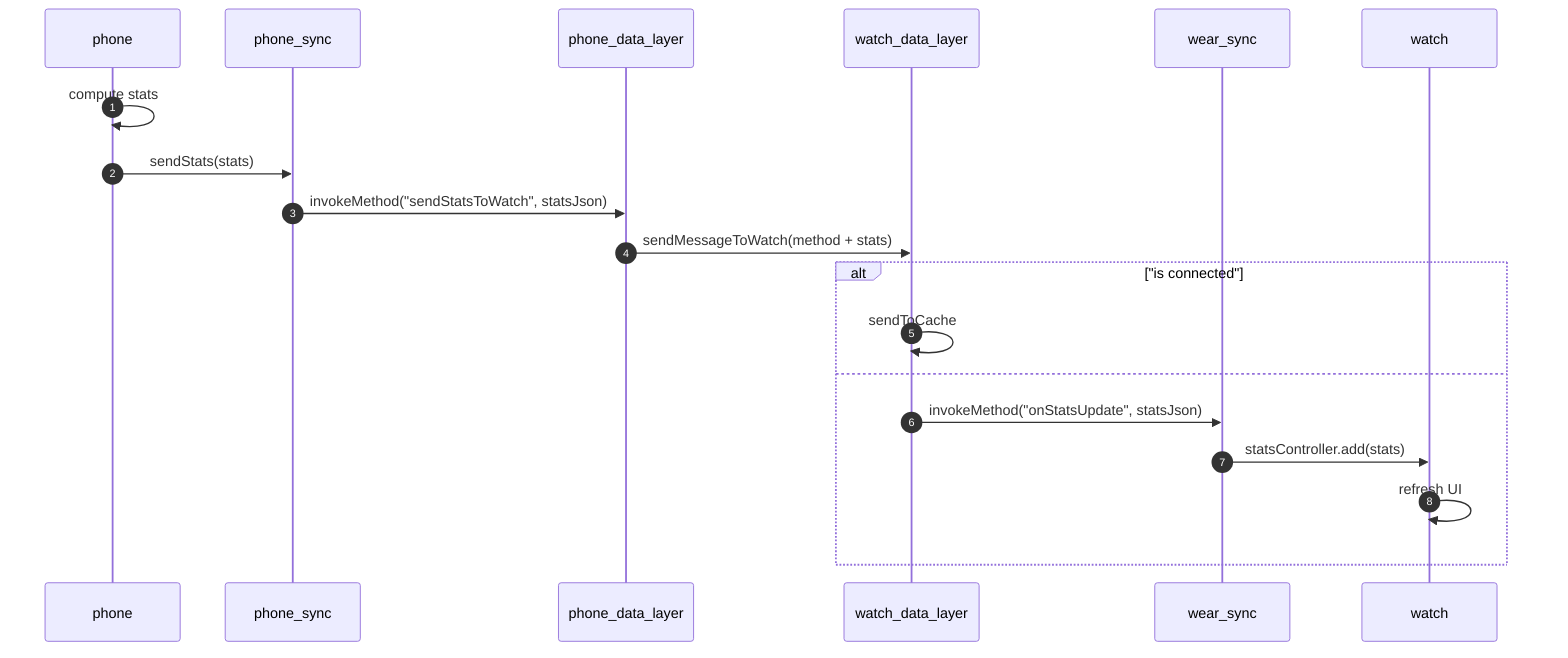
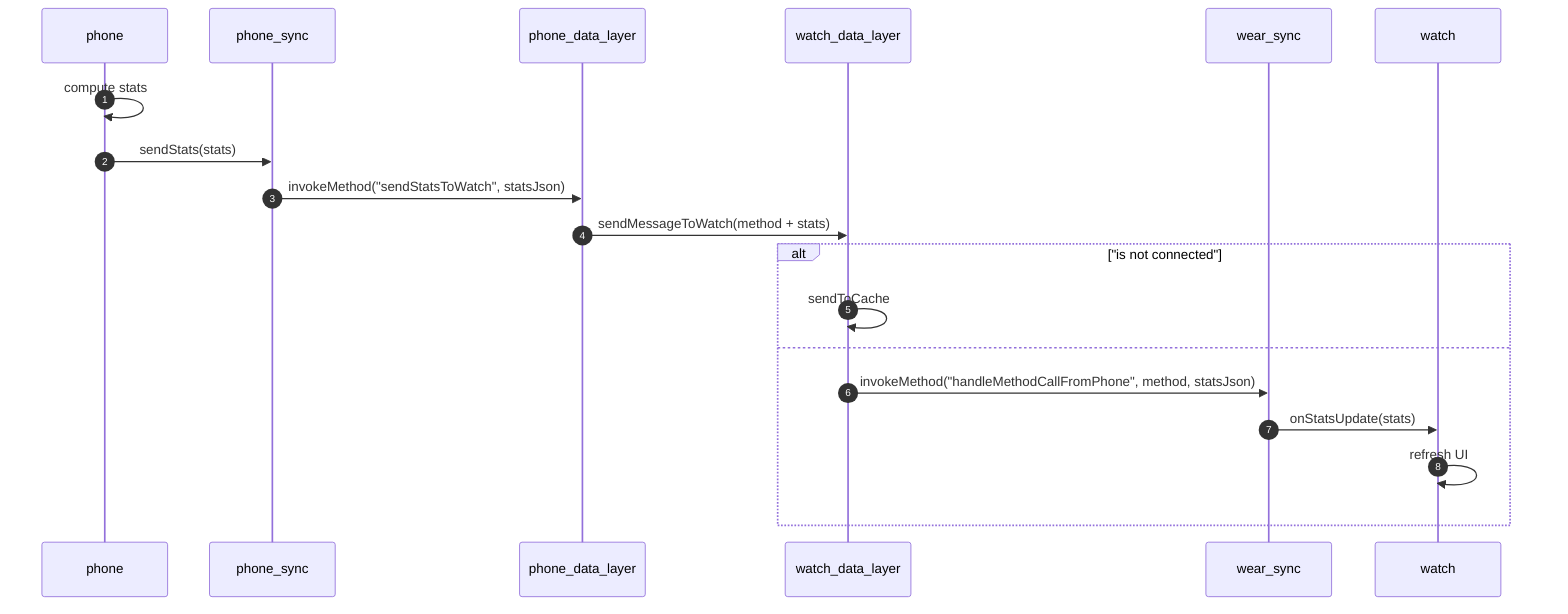
sequenceDiagram
    autonumber
    participant phone
    participant ps as phone_sync
    participant pdl as phone_data_layer
    participant wdl as watch_data_layer
    participant ws as wear_sync
    participant watch

    phone ->> phone: compute stats
    phone ->> ps: sendStats(stats)
    ps ->> pdl: invokeMethod("sendStatsToWatch", statsJson)
    pdl ->> wdl: sendMessageToWatch(method + stats)
-     alt "is connected"
+     alt "is not connected"
        wdl ->> wdl: sendToCache
    else
-         wdl ->> ws: invokeMethod("onStatsUpdate", statsJson)
-         ws ->> watch: statsController.add(stats)
+         wdl ->> ws: invokeMethod("handleMethodCallFromPhone", method, statsJson)
+         ws ->> watch: onStatsUpdate(stats)
        watch ->> watch: refresh UI
    end
